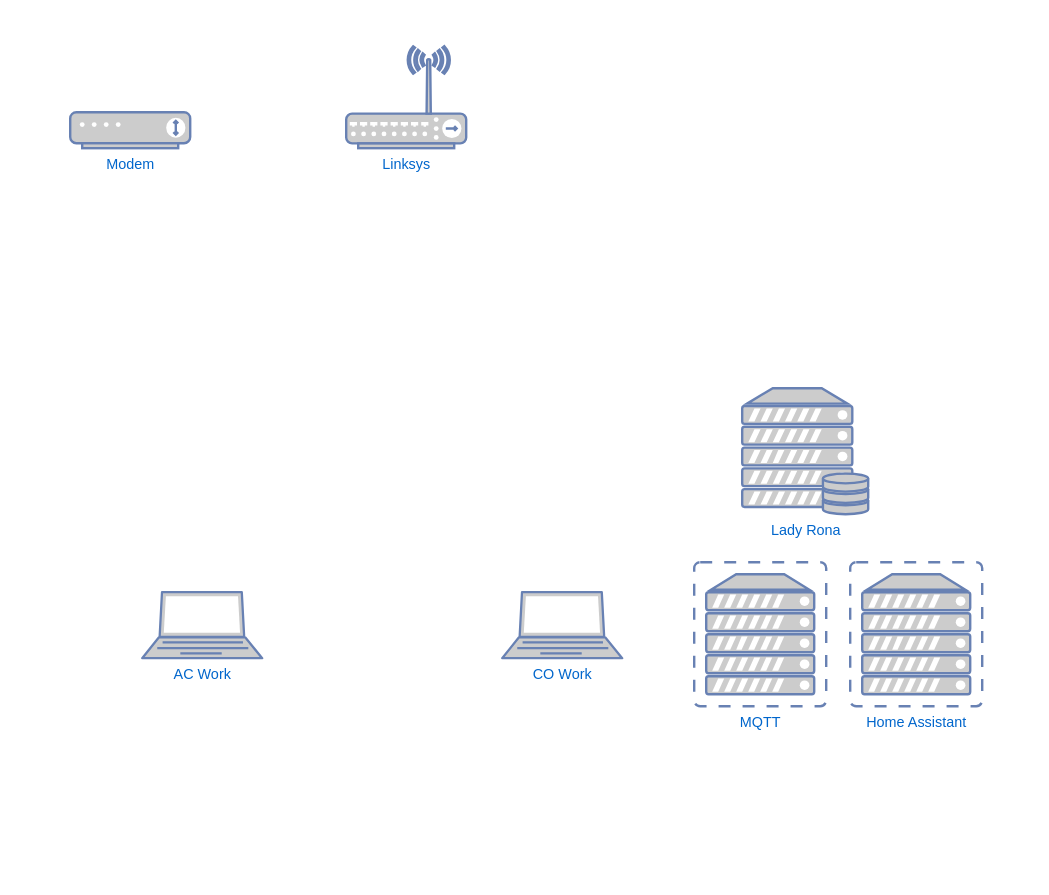
awfulwoman/infra keeps this draw.io diagram as Untitled Diagram.drawio. Above is the earlier version. Source tidied: cells renumbered, new cells numbered last; positions are measured from the earlier drawing's top-left corner, leaving out a move shared by most shapes. Both pictures are drawn from the tidied source at 120%, with x=0, y=0 at pixel (70, 46).
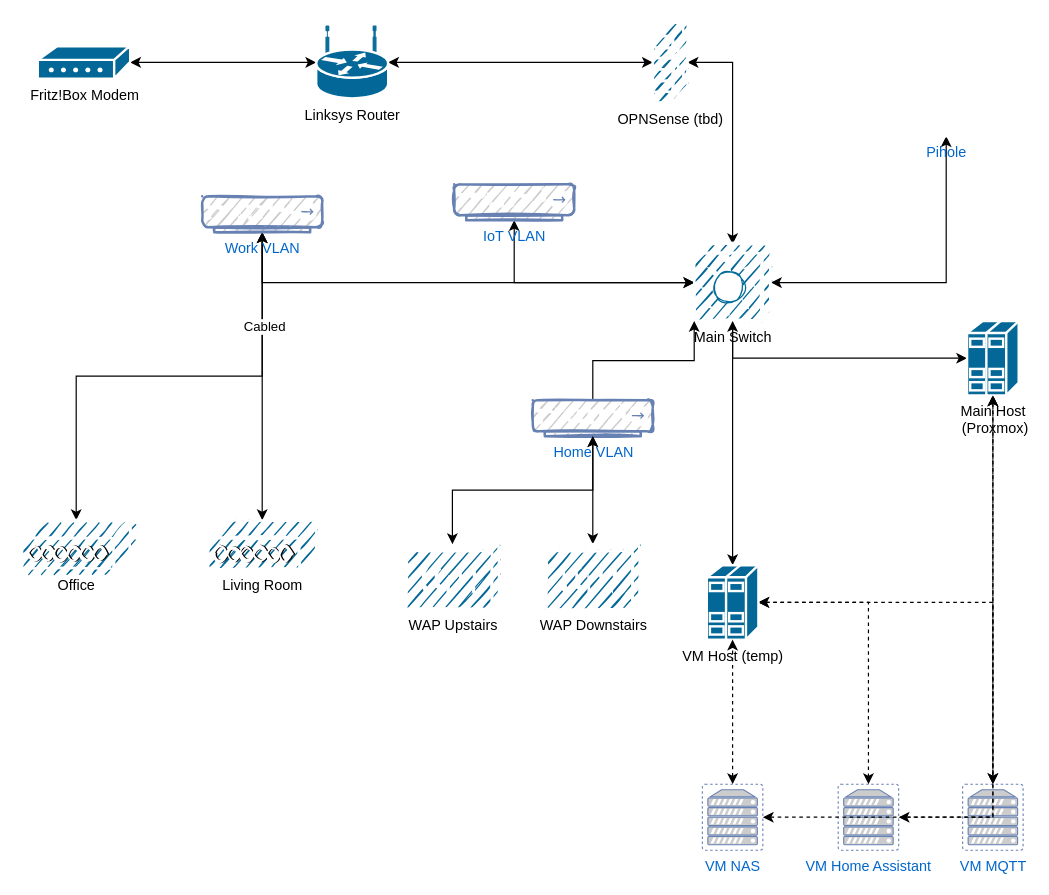
The same page after the edit.

Change to the diagram source:
```diff
@@
-    <mxCell id="2" value="Modem" style="fontColor=#0066CC;verticalAlign=top;verticalLabelPosition=bottom;labelPosition=center;align=center;html=1;fillColor=#CCCCCC;strokeColor=#6881B3;gradientColor=none;gradientDirection=north;strokeWidth=2;shape=mxgraph.networks.modem;" parent="1" vertex="1">
-      <mxGeometry y="55" width="100" height="30" as="geometry" />
-    </mxCell>
-    <mxCell id="3" value="AC Work" style="fontColor=#0066CC;verticalAlign=top;verticalLabelPosition=bottom;labelPosition=center;align=center;html=1;fillColor=#CCCCCC;strokeColor=#6881B3;gradientColor=none;gradientDirection=north;strokeWidth=2;shape=mxgraph.networks.laptop;" parent="1" vertex="1">
-      <mxGeometry x="60" y="455" width="100" height="55" as="geometry" />
-    </mxCell>
-    <mxCell id="4" value="CO Work" style="fontColor=#0066CC;verticalAlign=top;verticalLabelPosition=bottom;labelPosition=center;align=center;html=1;fillColor=#CCCCCC;strokeColor=#6881B3;gradientColor=none;gradientDirection=north;strokeWidth=2;shape=mxgraph.networks.laptop;" parent="1" vertex="1">
-      <mxGeometry x="360" y="455" width="100" height="55" as="geometry" />
-    </mxCell>
+    <mxCell id="9" style="edgeStyle=orthogonalEdgeStyle;rounded=0;jettySize=auto;html=1;startArrow=classic;startFill=1;exitX=1;exitY=0.5;exitDx=0;exitDy=0;exitPerimeter=0;" parent="1" edge="1" source="30" target="29">
+      <mxGeometry relative="1" as="geometry" />
+    </mxCell>
+    <mxCell id="10" style="edgeStyle=orthogonalEdgeStyle;rounded=0;comic=0;jettySize=auto;html=1;startArrow=classic;startFill=1;endArrow=classic;endFill=1;strokeColor=default;dashed=1;" parent="1" edge="1" source="5" target="34">
+      <mxGeometry relative="1" as="geometry" />
+    </mxCell>
-    <mxCell id="5" value="MQTT" style="fontColor=#0066CC;verticalAlign=top;verticalLabelPosition=bottom;labelPosition=center;align=center;html=1;outlineConnect=0;fillColor=#CCCCCC;strokeColor=#6881B3;gradientColor=none;gradientDirection=north;strokeWidth=2;shape=mxgraph.networks.virtual_server;" parent="1" vertex="1">
-      <mxGeometry x="520" y="430" width="110" height="120" as="geometry" />
+    <mxCell id="5" value="VM MQTT" style="fontColor=#0066CC;verticalAlign=top;verticalLabelPosition=bottom;labelPosition=center;align=center;html=1;outlineConnect=0;fillColor=#CCCCCC;strokeColor=#6881B3;gradientColor=none;gradientDirection=north;strokeWidth=2;shape=mxgraph.networks.virtual_server;" parent="1" vertex="1">
+      <mxGeometry x="743.7" y="615" width="50.4" height="55" as="geometry" />
     </mxCell>
+    <mxCell id="11" style="edgeStyle=orthogonalEdgeStyle;rounded=0;comic=0;jettySize=auto;html=1;startArrow=classic;startFill=1;endArrow=classic;endFill=1;strokeColor=default;dashed=1;" parent="1" edge="1" source="6" target="34">
+      <mxGeometry relative="1" as="geometry" />
+    </mxCell>
-    <mxCell id="6" value="Home Assistant" style="fontColor=#0066CC;verticalAlign=top;verticalLabelPosition=bottom;labelPosition=center;align=center;html=1;outlineConnect=0;fillColor=#CCCCCC;strokeColor=#6881B3;gradientColor=none;gradientDirection=north;strokeWidth=2;shape=mxgraph.networks.virtual_server;" parent="1" vertex="1">
-      <mxGeometry x="650" y="430" width="110" height="120" as="geometry" />
+    <mxCell id="6" value="VM Home Assistant" style="fontColor=#0066CC;verticalAlign=top;verticalLabelPosition=bottom;labelPosition=center;align=center;html=1;outlineConnect=0;fillColor=#CCCCCC;strokeColor=#6881B3;gradientColor=none;gradientDirection=north;strokeWidth=2;shape=mxgraph.networks.virtual_server;" parent="1" vertex="1">
+      <mxGeometry x="640" y="615" width="50.4" height="55" as="geometry" />
     </mxCell>
-    <mxCell id="7" value="Lady Rona" style="fontColor=#0066CC;verticalAlign=top;verticalLabelPosition=bottom;labelPosition=center;align=center;html=1;fillColor=#CCCCCC;strokeColor=#6881B3;gradientColor=none;gradientDirection=north;strokeWidth=2;shape=mxgraph.networks.server_storage;" parent="1" vertex="1">
-      <mxGeometry x="560" y="285" width="105" height="105" as="geometry" />
-    </mxCell>
-    <mxCell id="8" value="Linksys" style="fontColor=#0066CC;verticalAlign=top;verticalLabelPosition=bottom;labelPosition=center;align=center;html=1;fillColor=#CCCCCC;strokeColor=#6881B3;gradientColor=none;gradientDirection=north;strokeWidth=2;shape=mxgraph.networks.wireless_hub;" parent="1" vertex="1">
-      <mxGeometry x="230" width="100" height="85" as="geometry" />
-    </mxCell>
+    <mxCell id="12" style="edgeStyle=orthogonalEdgeStyle;rounded=0;jettySize=auto;html=1;dashed=1;exitX=1;exitY=0.5;exitDx=0;exitDy=0;exitPerimeter=0;startArrow=classic;startFill=1;" parent="1" edge="1" source="36" target="6">
+      <mxGeometry relative="1" as="geometry" />
+    </mxCell>
+    <mxCell id="13" style="edgeStyle=orthogonalEdgeStyle;rounded=0;jettySize=auto;html=1;dashed=1;exitX=1;exitY=0.5;exitDx=0;exitDy=0;exitPerimeter=0;startArrow=classic;startFill=1;" parent="1" edge="1" source="36" target="5">
+      <mxGeometry relative="1" as="geometry" />
+    </mxCell>
+    <mxCell id="14" style="edgeStyle=orthogonalEdgeStyle;rounded=0;jettySize=auto;html=1;startArrow=classic;startFill=1;entryX=0;entryY=0.5;entryDx=0;entryDy=0;entryPerimeter=0;" parent="1" edge="1" source="29" target="28">
+      <mxGeometry relative="1" as="geometry" />
+    </mxCell>
+    <mxCell id="15" style="edgeStyle=orthogonalEdgeStyle;rounded=0;jettySize=auto;html=1;exitX=0.5;exitY=1;exitDx=0;exitDy=0;exitPerimeter=0;startArrow=classic;startFill=1;entryX=0.5;entryY=0;entryDx=0;entryDy=0;entryPerimeter=0;" parent="1" edge="1" source="24" target="26">
+      <mxGeometry relative="1" as="geometry" />
+    </mxCell>
+    <mxCell id="16" style="edgeStyle=orthogonalEdgeStyle;rounded=0;jettySize=auto;html=1;exitX=0.5;exitY=1;exitDx=0;exitDy=0;exitPerimeter=0;entryX=0;entryY=0.5;entryDx=0;entryDy=0;entryPerimeter=0;" parent="1" edge="1" source="31" target="34">
+      <mxGeometry relative="1" as="geometry" />
+    </mxCell>
+    <mxCell id="17" style="edgeStyle=orthogonalEdgeStyle;rounded=0;jettySize=auto;html=1;exitX=0;exitY=0.5;exitDx=0;exitDy=0;exitPerimeter=0;startArrow=classic;startFill=1;strokeColor=default;comic=0;flowAnimation=0;backgroundOutline=0;" parent="1" edge="1" source="31" target="24">
+      <mxGeometry relative="1" as="geometry" />
+    </mxCell>
+    <mxCell id="18" style="edgeStyle=orthogonalEdgeStyle;rounded=0;jettySize=auto;html=1;startArrow=classic;startFill=1;strokeColor=default;exitX=0;exitY=0.5;exitDx=0;exitDy=0;exitPerimeter=0;" parent="1" edge="1" source="31" target="25">
+      <mxGeometry relative="1" as="geometry" />
+    </mxCell>
+    <mxCell id="19" style="edgeStyle=orthogonalEdgeStyle;rounded=0;jettySize=auto;html=1;entryX=1;entryY=0.5;entryDx=0;entryDy=0;entryPerimeter=0;exitX=0.5;exitY=1;exitDx=0;exitDy=0;exitPerimeter=0;strokeColor=default;startArrow=classic;startFill=1;" parent="1" edge="1" source="20" target="31">
+      <mxGeometry relative="1" as="geometry" />
+    </mxCell>
+    <mxCell id="20" value="Pihole" style="shape=mxgraph.cisco.servers.standard_host;sketch=0;html=1;dashed=0;fillColor=default;strokeColor=#FFFFFF;strokeWidth=2;verticalLabelPosition=bottom;verticalAlign=top;align=center;outlineConnect=0;fontFamily=Helvetica;fontSize=12;fontColor=#0066CC;gradientColor=none;shadow=0;" parent="1" vertex="1">
+      <mxGeometry x="710" y="25" width="40" height="50" as="geometry" />
+    </mxCell>
+    <mxCell id="21" style="edgeStyle=orthogonalEdgeStyle;rounded=0;jettySize=auto;html=1;exitX=1;exitY=0.5;exitDx=0;exitDy=0;exitPerimeter=0;startArrow=classic;startFill=1;entryX=0.5;entryY=0;entryDx=0;entryDy=0;entryPerimeter=0;" parent="1" edge="1" source="28" target="31">
+      <mxGeometry relative="1" as="geometry" />
+    </mxCell>
+    <mxCell id="22" style="edgeStyle=orthogonalEdgeStyle;rounded=0;jettySize=auto;html=1;startArrow=classic;startFill=1;strokeColor=default;" parent="1" edge="1" source="24" target="27">
+      <mxGeometry relative="1" as="geometry" />
+    </mxCell>
+    <mxCell id="23" value="Cabled" style="edgeLabel;html=1;align=center;verticalAlign=middle;" parent="22" vertex="1">
+      <mxGeometry x="-0.35" y="1" relative="1" as="geometry" />
+    </mxCell>
+    <mxCell id="24" value="Work VLAN" style="fontColor=#0066CC;verticalAlign=top;verticalLabelPosition=bottom;labelPosition=center;align=center;html=1;outlineConnect=0;fillColor=#CCCCCC;strokeColor=#6881B3;gradientColor=none;gradientDirection=north;strokeWidth=2;shape=mxgraph.networks.hub;sketch=1;" parent="1" vertex="1">
+      <mxGeometry x="110" y="125" width="100" height="30" as="geometry" />
+    </mxCell>
+    <mxCell id="25" value="IoT VLAN" style="fontColor=#0066CC;verticalAlign=top;verticalLabelPosition=bottom;labelPosition=center;align=center;html=1;outlineConnect=0;fillColor=#CCCCCC;strokeColor=#6881B3;gradientColor=none;gradientDirection=north;strokeWidth=2;shape=mxgraph.networks.hub;sketch=1;" parent="1" vertex="1">
+      <mxGeometry x="320" y="115" width="100" height="30" as="geometry" />
+    </mxCell>
+    <mxCell id="26" value="Office" style="shape=mxgraph.cisco.misc.access_point;html=1;dashed=0;fillColor=#036897;strokeColor=#ffffff;strokeWidth=2;verticalLabelPosition=bottom;verticalAlign=top;align=center;outlineConnect=0;fontFamily=Helvetica;fontSize=12;fontColor=default;sketch=1;" parent="1" vertex="1">
+      <mxGeometry x="-40" y="395" width="90" height="41" as="geometry" />
+    </mxCell>
+    <mxCell id="27" value="Living Room" style="shape=mxgraph.cisco.misc.access_point;html=1;dashed=0;fillColor=#036897;strokeColor=#ffffff;strokeWidth=2;verticalLabelPosition=bottom;verticalAlign=top;align=center;outlineConnect=0;fontFamily=Helvetica;fontSize=12;fontColor=default;sketch=1;" parent="1" vertex="1">
+      <mxGeometry x="115" y="395" width="90" height="41" as="geometry" />
+    </mxCell>
+    <mxCell id="28" value="OPNSense (tbd)" style="shape=mxgraph.cisco.security.firewall;sketch=1;html=1;dashed=0;fillColor=#036897;strokeColor=#ffffff;strokeWidth=2;verticalLabelPosition=bottom;verticalAlign=top;align=center;outlineConnect=0;" parent="1" vertex="1">
+      <mxGeometry x="485.5" y="-20" width="29" height="67" as="geometry" />
+    </mxCell>
+    <mxCell id="29" value="Linksys Router" style="shape=mxgraph.cisco.routers.wireless_router;sketch=0;html=1;dashed=0;fillColor=#036897;strokeColor=#ffffff;strokeWidth=2;verticalLabelPosition=bottom;verticalAlign=top;align=center;outlineConnect=0;" parent="1" vertex="1">
+      <mxGeometry x="205" y="-16.5" width="60" height="60" as="geometry" />
+    </mxCell>
+    <mxCell id="30" value="Fritz!Box Modem" style="shape=mxgraph.cisco.modems_and_phones.modem;sketch=0;html=1;dashed=0;fillColor=#036897;strokeColor=#ffffff;strokeWidth=2;verticalLabelPosition=bottom;verticalAlign=top;align=center;outlineConnect=0;" parent="1" vertex="1">
+      <mxGeometry x="-27" width="77" height="27" as="geometry" />
+    </mxCell>
+    <mxCell id="31" value="Main Switch" style="shape=mxgraph.cisco.switches.layer_3_switch;sketch=1;html=1;dashed=0;fillColor=#036897;strokeColor=#ffffff;strokeWidth=2;verticalLabelPosition=bottom;verticalAlign=top;align=center;outlineConnect=0;" parent="1" vertex="1">
+      <mxGeometry x="520" y="165" width="64" height="64" as="geometry" />
+    </mxCell>
+    <mxCell id="32" style="edgeStyle=orthogonalEdgeStyle;rounded=0;comic=0;jettySize=auto;html=1;entryX=0;entryY=1;entryDx=0;entryDy=0;entryPerimeter=0;startArrow=none;startFill=1;strokeColor=default;exitX=0.5;exitY=0;exitDx=0;exitDy=0;exitPerimeter=0;" parent="1" edge="1" source="37" target="31">
+      <mxGeometry relative="1" as="geometry" />
+    </mxCell>
+    <mxCell id="33" value="WAP Upstairs" style="shape=mxgraph.cisco.wireless.wireless_transport;sketch=1;html=1;dashed=0;fillColor=#036897;strokeColor=#ffffff;strokeWidth=2;verticalLabelPosition=bottom;verticalAlign=top;align=center;outlineConnect=0;" parent="1" vertex="1">
+      <mxGeometry x="280" y="415" width="77" height="54" as="geometry" />
+    </mxCell>
+    <mxCell id="34" value="Main Host&lt;br&gt;&amp;nbsp;(Proxmox)" style="shape=mxgraph.cisco.servers.standard_host;sketch=0;html=1;dashed=0;fillColor=#036897;strokeColor=#ffffff;strokeWidth=2;verticalLabelPosition=bottom;verticalAlign=top;align=center;outlineConnect=0;" parent="1" vertex="1">
+      <mxGeometry x="747.4" y="229" width="43" height="62" as="geometry" />
+    </mxCell>
+    <mxCell id="35" style="edgeStyle=orthogonalEdgeStyle;rounded=0;comic=0;jettySize=auto;html=1;entryX=0.5;entryY=1;entryDx=0;entryDy=0;entryPerimeter=0;startArrow=classic;startFill=1;endArrow=classic;endFill=1;strokeColor=default;" parent="1" edge="1" source="36" target="31">
+      <mxGeometry relative="1" as="geometry" />
+    </mxCell>
+    <mxCell id="36" value="VM Host (temp)" style="shape=mxgraph.cisco.servers.standard_host;sketch=0;html=1;dashed=0;fillColor=#036897;strokeColor=#ffffff;strokeWidth=2;verticalLabelPosition=bottom;verticalAlign=top;align=center;outlineConnect=0;" parent="1" vertex="1">
+      <mxGeometry x="530.5" y="432.5" width="43" height="62" as="geometry" />
+    </mxCell>
+    <mxCell id="37" value="Home VLAN" style="fontColor=#0066CC;verticalAlign=top;verticalLabelPosition=bottom;labelPosition=center;align=center;html=1;outlineConnect=0;fillColor=#CCCCCC;strokeColor=#6881B3;gradientColor=none;gradientDirection=north;strokeWidth=2;shape=mxgraph.networks.hub;sketch=1;" parent="1" vertex="1">
+      <mxGeometry x="385.5" y="295" width="100" height="30" as="geometry" />
+    </mxCell>
+    <mxCell id="38" style="edgeStyle=orthogonalEdgeStyle;rounded=0;comic=0;jettySize=auto;html=1;entryX=0.5;entryY=1;entryDx=0;entryDy=0;entryPerimeter=0;startArrow=classic;startFill=1;strokeColor=default;exitX=0.5;exitY=0;exitDx=0;exitDy=0;exitPerimeter=0;endArrow=classic;endFill=1;" parent="1" edge="1" source="33" target="37">
+      <mxGeometry relative="1" as="geometry" />
+    </mxCell>
+    <mxCell id="39" style="edgeStyle=orthogonalEdgeStyle;rounded=0;comic=0;jettySize=auto;html=1;entryX=0.5;entryY=1;entryDx=0;entryDy=0;entryPerimeter=0;startArrow=classic;startFill=1;strokeColor=default;" parent="1" edge="1" source="40" target="37">
+      <mxGeometry relative="1" as="geometry" />
+    </mxCell>
+    <mxCell id="40" value="WAP Downstairs" style="shape=mxgraph.cisco.wireless.wireless_transport;sketch=1;html=1;dashed=0;fillColor=#036897;strokeColor=#ffffff;strokeWidth=2;verticalLabelPosition=bottom;verticalAlign=top;align=center;outlineConnect=0;" parent="1" vertex="1">
+      <mxGeometry x="397" y="415" width="77" height="54" as="geometry" />
+    </mxCell>
+    <mxCell id="41" style="edgeStyle=orthogonalEdgeStyle;rounded=0;comic=0;jettySize=auto;html=1;dashed=1;startArrow=classic;startFill=1;endArrow=classic;endFill=1;strokeColor=default;" parent="1" edge="1" source="43" target="36">
+      <mxGeometry relative="1" as="geometry" />
+    </mxCell>
+    <mxCell id="42" style="edgeStyle=orthogonalEdgeStyle;rounded=0;comic=0;jettySize=auto;html=1;dashed=1;startArrow=classic;startFill=1;endArrow=classic;endFill=1;strokeColor=default;" parent="1" edge="1" source="43" target="34">
+      <mxGeometry relative="1" as="geometry" />
+    </mxCell>
+    <mxCell id="43" value="VM NAS" style="fontColor=#0066CC;verticalAlign=top;verticalLabelPosition=bottom;labelPosition=center;align=center;html=1;outlineConnect=0;fillColor=#CCCCCC;strokeColor=#6881B3;gradientColor=none;gradientDirection=north;strokeWidth=2;shape=mxgraph.networks.virtual_server;" parent="1" vertex="1">
+      <mxGeometry x="526.8" y="615" width="50.4" height="55" as="geometry" />
+    </mxCell>
```
